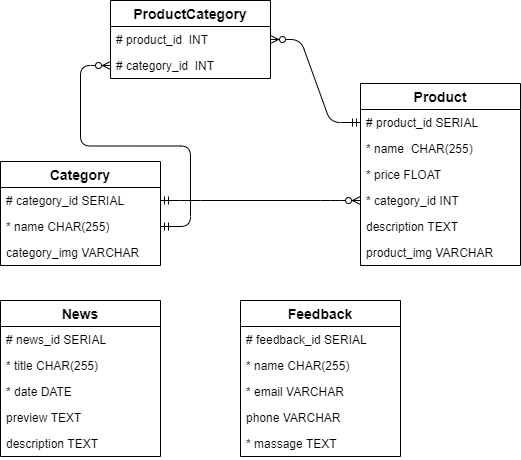
Above: DB/ER-диаграмма.png in igor-ka97/bootcamp-block3 (draw.io), before the change. Source tidied: cells renumbered, new cells last; positions are measured from the earlier drawing's top-left corner, leaving out a move shared by most shapes.
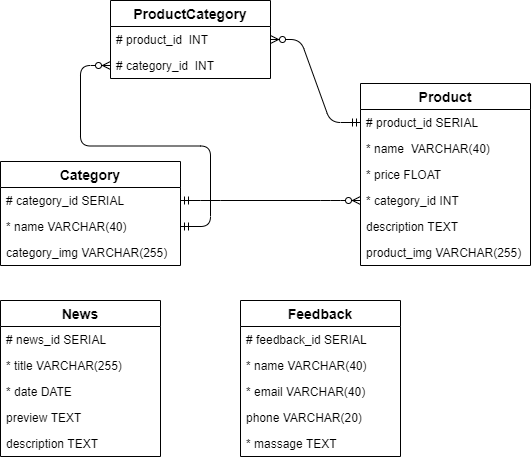
The same file after the commit.

What changed in the source:
```diff
@@ -12,25 +12,25 @@
       <mxGeometry relative="1" as="geometry" />
     </mxCell>
     <mxCell id="5" value="Product" style="swimlane;fontStyle=1;horizontal=1;startSize=26;align=center;fontSize=14;rounded=0;shadow=0;glass=0;comic=0;gradientColor=none;" parent="1" vertex="1">
-      <mxGeometry x="360" y="83" width="160" height="182" as="geometry" />
+      <mxGeometry x="360" y="83" width="170" height="182" as="geometry" />
     </mxCell>
     <mxCell id="6" value="# product_id SERIAL" style="text;strokeColor=none;fillColor=none;spacingLeft=4;spacingRight=4;overflow=hidden;points=[[0,0.5],[1,0.5]];portConstraint=eastwest;fontSize=12;" parent="5" vertex="1">
-      <mxGeometry y="26" width="160" height="26" as="geometry" />
+      <mxGeometry y="26" width="170" height="26" as="geometry" />
     </mxCell>
-    <mxCell id="7" value="* name  CHAR(255)" style="text;strokeColor=none;fillColor=none;spacingLeft=4;spacingRight=4;overflow=hidden;fontSize=12;rounded=0;shadow=0;glass=0;comic=0;startSize=26;" parent="5" vertex="1">
-      <mxGeometry y="52" width="160" height="26" as="geometry" />
+    <mxCell id="7" value="* name  VARCHAR(40)" style="text;strokeColor=none;fillColor=none;spacingLeft=4;spacingRight=4;overflow=hidden;fontSize=12;rounded=0;shadow=0;glass=0;comic=0;startSize=26;" parent="5" vertex="1">
+      <mxGeometry y="52" width="170" height="26" as="geometry" />
     </mxCell>
     <mxCell id="8" value="* price FLOAT" style="text;strokeColor=none;fillColor=none;spacingLeft=4;spacingRight=4;overflow=hidden;fontSize=12;rounded=0;shadow=0;glass=0;comic=0;startSize=26;" parent="5" vertex="1">
-      <mxGeometry y="78" width="160" height="26" as="geometry" />
+      <mxGeometry y="78" width="170" height="26" as="geometry" />
     </mxCell>
     <mxCell id="9" value="* category_id INT" style="text;strokeColor=none;fillColor=none;spacingLeft=4;spacingRight=4;overflow=hidden;points=[[0,0.5],[1,0.5]];portConstraint=eastwest;fontSize=12;rounded=0;shadow=0;glass=0;comic=0;startSize=26;" parent="5" vertex="1">
-      <mxGeometry y="104" width="160" height="26" as="geometry" />
+      <mxGeometry y="104" width="170" height="26" as="geometry" />
     </mxCell>
     <mxCell id="10" value="description TEXT" style="text;strokeColor=none;fillColor=none;spacingLeft=4;spacingRight=4;overflow=hidden;fontSize=12;" parent="5" vertex="1">
-      <mxGeometry y="130" width="160" height="26" as="geometry" />
+      <mxGeometry y="130" width="170" height="26" as="geometry" />
     </mxCell>
-    <mxCell id="11" value="product_img VARCHAR" style="text;strokeColor=none;fillColor=none;spacingLeft=4;spacingRight=4;overflow=hidden;fontSize=12;" parent="5" vertex="1">
-      <mxGeometry y="156" width="160" height="26" as="geometry" />
+    <mxCell id="11" value="product_img VARCHAR(255)" style="text;strokeColor=none;fillColor=none;spacingLeft=4;spacingRight=4;overflow=hidden;fontSize=12;" parent="5" vertex="1">
+      <mxGeometry y="156" width="170" height="26" as="geometry" />
     </mxCell>
     <mxCell id="12" value="ProductCategory" style="swimlane;fontStyle=1;horizontal=1;startSize=26;align=center;fontSize=14;rounded=0;shadow=0;glass=0;comic=0;gradientColor=none;" parent="1" vertex="1">
       <mxGeometry x="110" width="160" height="78" as="geometry" />
@@ -42,16 +42,16 @@
       <mxGeometry y="52" width="160" height="26" as="geometry" />
     </mxCell>
     <mxCell id="15" value="Category" style="swimlane;fontStyle=1;horizontal=1;startSize=26;align=center;fontSize=14;" parent="1" vertex="1">
-      <mxGeometry y="161" width="160" height="104" as="geometry" />
+      <mxGeometry y="161" width="180" height="104" as="geometry" />
     </mxCell>
     <mxCell id="16" value="# category_id SERIAL" style="text;strokeColor=none;fillColor=none;spacingLeft=4;spacingRight=4;overflow=hidden;points=[[0,0.5],[1,0.5]];portConstraint=eastwest;fontSize=12;" parent="15" vertex="1">
-      <mxGeometry y="26" width="160" height="26" as="geometry" />
+      <mxGeometry y="26" width="180" height="26" as="geometry" />
     </mxCell>
-    <mxCell id="17" value="* name CHAR(255)" style="text;strokeColor=none;fillColor=none;spacingLeft=4;spacingRight=4;overflow=hidden;points=[[0,0.5],[1,0.5]];portConstraint=eastwest;fontSize=12;" parent="15" vertex="1">
-      <mxGeometry y="52" width="160" height="26" as="geometry" />
+    <mxCell id="17" value="* name VARCHAR(40)" style="text;strokeColor=none;fillColor=none;spacingLeft=4;spacingRight=4;overflow=hidden;points=[[0,0.5],[1,0.5]];portConstraint=eastwest;fontSize=12;" parent="15" vertex="1">
+      <mxGeometry y="52" width="180" height="26" as="geometry" />
     </mxCell>
-    <mxCell id="18" value="category_img VARCHAR" style="text;strokeColor=none;fillColor=none;spacingLeft=4;spacingRight=4;overflow=hidden;fontSize=12;" parent="15" vertex="1">
-      <mxGeometry y="78" width="160" height="26" as="geometry" />
+    <mxCell id="18" value="category_img VARCHAR(255)" style="text;strokeColor=none;fillColor=none;spacingLeft=4;spacingRight=4;overflow=hidden;fontSize=12;" parent="15" vertex="1">
+      <mxGeometry y="78" width="180" height="26" as="geometry" />
     </mxCell>
     <mxCell id="19" value="News" style="swimlane;fontStyle=1;horizontal=1;startSize=26;align=center;fontSize=14;rounded=0;shadow=0;glass=0;comic=0;gradientColor=none;" parent="1" vertex="1">
       <mxGeometry y="300" width="160" height="156" as="geometry" />
@@ -59,7 +59,7 @@
     <mxCell id="20" value="# news_id SERIAL" style="text;strokeColor=none;fillColor=none;spacingLeft=4;spacingRight=4;overflow=hidden;fontSize=12;" parent="19" vertex="1">
       <mxGeometry y="26" width="160" height="26" as="geometry" />
     </mxCell>
-    <mxCell id="21" value="* title CHAR(255)" style="text;strokeColor=none;fillColor=none;spacingLeft=4;spacingRight=4;overflow=hidden;fontSize=12;" parent="19" vertex="1">
+    <mxCell id="21" value="* title VARCHAR(255)" style="text;strokeColor=none;fillColor=none;spacingLeft=4;spacingRight=4;overflow=hidden;fontSize=12;" parent="19" vertex="1">
       <mxGeometry y="52" width="160" height="26" as="geometry" />
     </mxCell>
     <mxCell id="22" value="* date DATE" style="text;strokeColor=none;fillColor=none;spacingLeft=4;spacingRight=4;overflow=hidden;fontSize=12;rounded=0;shadow=0;glass=0;comic=0;startSize=26;" parent="19" vertex="1">
@@ -77,13 +77,13 @@
     <mxCell id="26" value="# feedback_id SERIAL" style="text;strokeColor=none;fillColor=none;spacingLeft=4;spacingRight=4;overflow=hidden;fontSize=12;" parent="25" vertex="1">
       <mxGeometry y="26" width="160" height="26" as="geometry" />
     </mxCell>
-    <mxCell id="27" value="* name CHAR(255)" style="text;strokeColor=none;fillColor=none;spacingLeft=4;spacingRight=4;overflow=hidden;fontSize=12;" parent="25" vertex="1">
+    <mxCell id="27" value="* name VARCHAR(40)" style="text;strokeColor=none;fillColor=none;spacingLeft=4;spacingRight=4;overflow=hidden;fontSize=12;" parent="25" vertex="1">
       <mxGeometry y="52" width="160" height="26" as="geometry" />
     </mxCell>
-    <mxCell id="28" value="* email VARCHAR" style="text;strokeColor=none;fillColor=none;spacingLeft=4;spacingRight=4;overflow=hidden;fontSize=12;rounded=0;shadow=0;glass=0;comic=0;startSize=26;" parent="25" vertex="1">
+    <mxCell id="28" value="* email VARCHAR(40)" style="text;strokeColor=none;fillColor=none;spacingLeft=4;spacingRight=4;overflow=hidden;fontSize=12;rounded=0;shadow=0;glass=0;comic=0;startSize=26;" parent="25" vertex="1">
       <mxGeometry y="78" width="160" height="26" as="geometry" />
     </mxCell>
-    <mxCell id="29" value="phone VARCHAR" style="text;strokeColor=none;fillColor=none;spacingLeft=4;spacingRight=4;overflow=hidden;fontSize=12;" parent="25" vertex="1">
+    <mxCell id="29" value="phone VARCHAR(20)" style="text;strokeColor=none;fillColor=none;spacingLeft=4;spacingRight=4;overflow=hidden;fontSize=12;" parent="25" vertex="1">
       <mxGeometry y="104" width="160" height="26" as="geometry" />
     </mxCell>
     <mxCell id="30" value="* massage TEXT" style="text;strokeColor=none;fillColor=none;spacingLeft=4;spacingRight=4;overflow=hidden;fontSize=12;rounded=0;shadow=0;glass=0;comic=0;startSize=26;" parent="25" vertex="1">
```
